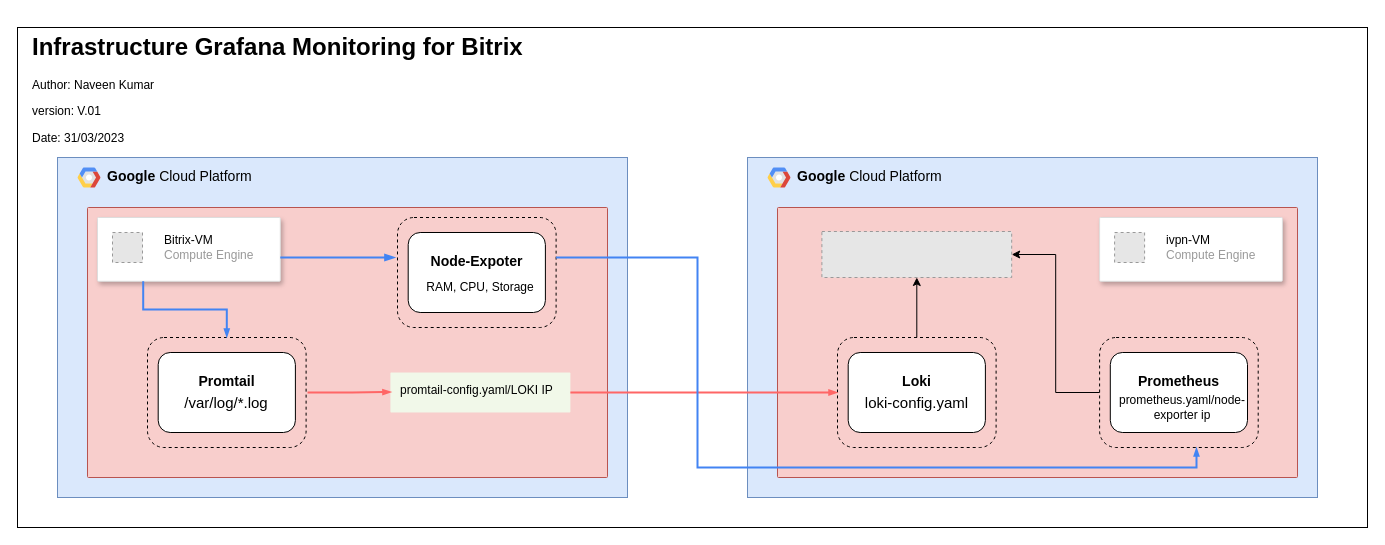
Above: Untitled Diagram.drawio in naveen09111997/nodered-k8s (draw.io), before the change. Source tidied: cells renumbered, new cells numbered last; positions are measured from the earlier drawing's top-left corner, leaving out a move shared by most shapes. Both pictures are drawn from the tidied source at 100%, with x=0, y=0 at pixel (17, 27). Pictures stored in the file or linked from it are replaced by grey dashed boxes.
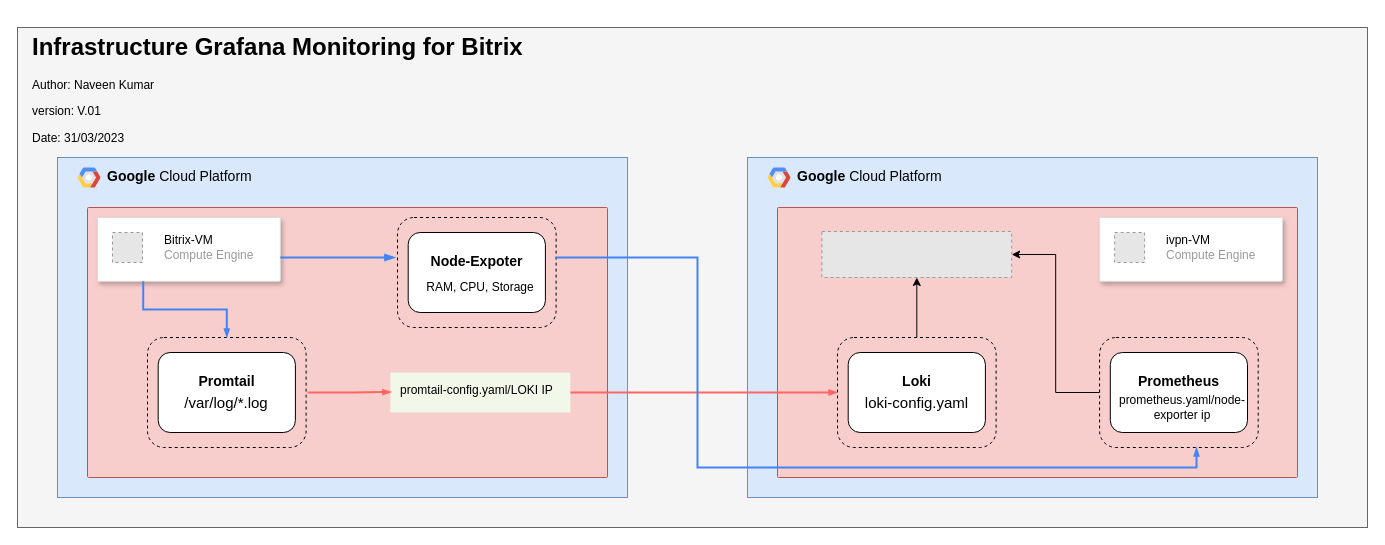
The same diagram, later.

Commit message:
loki-bitrix

The edit, as a diff of the source:
```diff
@@
-    <mxCell id="2" style="rounded=0;whiteSpace=wrap;html=1;" parent="1" vertex="1">
+    <mxCell id="2" style="rounded=0;whiteSpace=wrap;html=1;fillColor=#f5f5f5;strokeColor=#666666;fontColor=#333333;" parent="1" vertex="1">
       <mxGeometry width="1350" height="500" as="geometry" />
     </mxCell>
```
